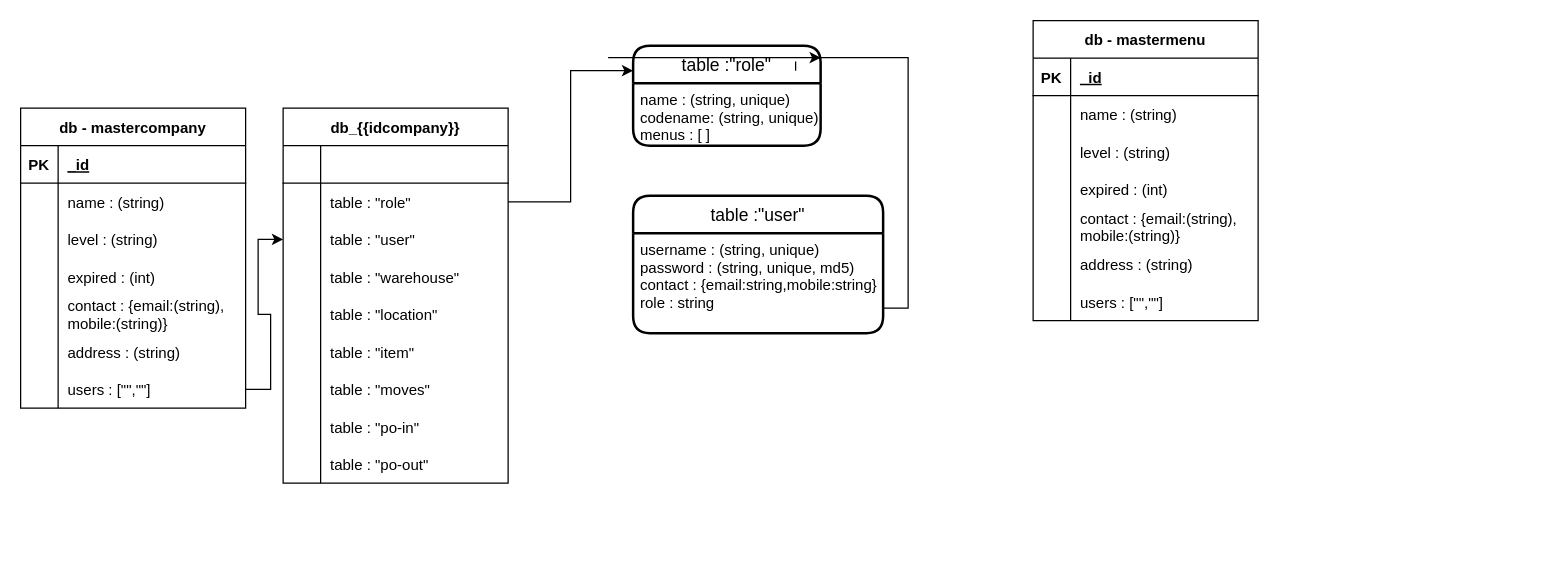
The draw.io diagram Untitled Diagram.drawio in salomo07/wmsserver, before the edit. Source tidied: cells renumbered, new cells numbered last; positions are measured from the earlier drawing's top-left corner, leaving out a move shared by most shapes. Both pictures are drawn from the tidied source at 125%, with x=0, y=0 at pixel (20, 20).
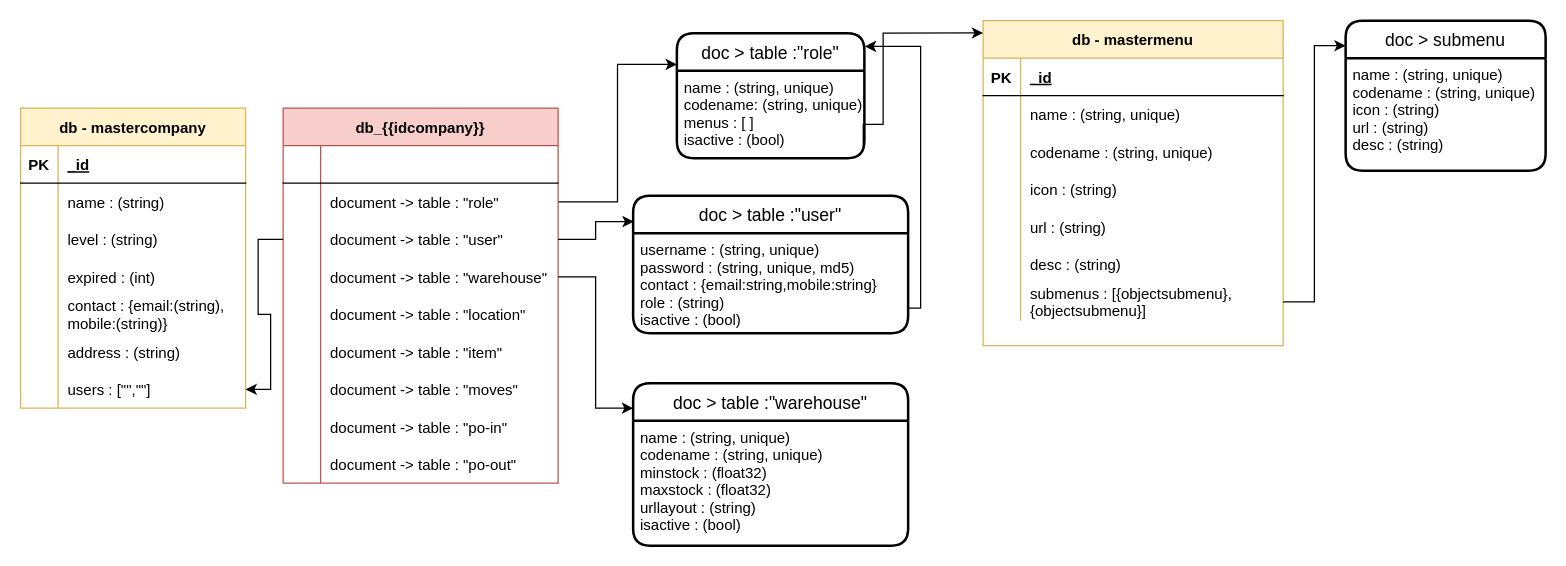
Above is the later version.

The change refers to these unchanged cells:
```xml
<mxCell id="21" style="shape=tableRow;horizontal=0;startSize=0;swimlaneHead=0;swimlaneBody=0;fillColor=none;points=[[0,0.5],[1,0.5]];portConstraint=eastwest;top=0;left=0;right=0;bottom=0;" parent="2" vertex="1">
  <mxGeometry y="210" width="180" height="30" as="geometry" />
</mxCell>
```

Change to the diagram source:
```diff
@@
-    <mxCell id="2" value="db - mastercompany" style="shape=table;startSize=30;childLayout=tableLayout;rowLines=0;fontStyle=1;align=center;" parent="1" vertex="1">
+    <mxCell id="2" value="db - mastercompany" style="shape=table;startSize=30;childLayout=tableLayout;rowLines=0;fontStyle=1;align=center;fillColor=#fff2cc;strokeColor=#d6b656;" parent="1" vertex="1">
       <mxGeometry y="70" width="180" height="240" as="geometry" />
     </mxCell>
@@
-    <mxCell id="25" value="db_{{idcompany}}" style="shape=table;startSize=30;childLayout=tableLayout;rowLines=0;fontStyle=1;align=center;" parent="1" vertex="1">
-      <mxGeometry x="210" y="70" width="180" height="300" as="geometry" />
+    <mxCell id="25" value="db_{{idcompany}}" style="shape=table;startSize=30;childLayout=tableLayout;rowLines=0;fontStyle=1;align=center;fillColor=#f8cecc;strokeColor=#b85450;" parent="1" vertex="1">
+      <mxGeometry x="210" y="70" width="220" height="300" as="geometry" />
     </mxCell>
     <mxCell id="26" style="shape=tableRow;horizontal=0;startSize=0;swimlaneHead=0;swimlaneBody=0;fillColor=none;top=0;left=0;right=0;bottom=1;" parent="25" vertex="1">
-      <mxGeometry y="30" width="180" height="30" as="geometry" />
+      <mxGeometry y="30" width="220" height="30" as="geometry" />
     </mxCell>
@@
     <mxCell id="28" style="shape=partialRectangle;fillColor=none;top=0;left=0;bottom=0;right=0;align=left;spacingLeft=6;fontStyle=5;overflow=hidden;" parent="26" vertex="1">
-      <mxGeometry x="30" width="150" height="30" as="geometry" />
+      <mxGeometry x="30" width="190" height="30" as="geometry" />
     </mxCell>
     <mxCell id="29" style="shape=tableRow;horizontal=0;startSize=0;swimlaneHead=0;swimlaneBody=0;fillColor=none;top=0;left=0;right=0;bottom=0;" parent="25" vertex="1">
-      <mxGeometry y="60" width="180" height="30" as="geometry" />
+      <mxGeometry y="60" width="220" height="30" as="geometry" />
     </mxCell>
@@
-    <mxCell id="31" value="table : &quot;role&quot;" style="shape=partialRectangle;fillColor=none;top=0;left=0;bottom=0;right=0;align=left;spacingLeft=6;overflow=hidden;" parent="29" vertex="1">
-      <mxGeometry x="30" width="150" height="30" as="geometry" />
+    <mxCell id="31" value="document -&gt; table : &quot;role&quot;" style="shape=partialRectangle;fillColor=none;top=0;left=0;bottom=0;right=0;align=left;spacingLeft=6;overflow=hidden;" parent="29" vertex="1">
+      <mxGeometry x="30" width="190" height="30" as="geometry" />
     </mxCell>
     <mxCell id="32" style="shape=tableRow;horizontal=0;startSize=0;swimlaneHead=0;swimlaneBody=0;fillColor=none;points=[[0,0.5],[1,0.5]];portConstraint=eastwest;top=0;left=0;right=0;bottom=0;" parent="25" vertex="1">
-      <mxGeometry y="90" width="180" height="30" as="geometry" />
+      <mxGeometry y="90" width="220" height="30" as="geometry" />
     </mxCell>
@@
-    <mxCell id="34" value="table : &quot;user&quot;" style="shape=partialRectangle;fillColor=none;top=0;left=0;bottom=0;right=0;align=left;spacingLeft=6;overflow=hidden;" parent="32" vertex="1">
-      <mxGeometry x="30" width="150" height="30" as="geometry" />
+    <mxCell id="34" value="document -&gt; table : &quot;user&quot;" style="shape=partialRectangle;fillColor=none;top=0;left=0;bottom=0;right=0;align=left;spacingLeft=6;overflow=hidden;" parent="32" vertex="1">
+      <mxGeometry x="30" width="190" height="30" as="geometry" />
     </mxCell>
     <mxCell id="35" style="shape=tableRow;horizontal=0;startSize=0;swimlaneHead=0;swimlaneBody=0;fillColor=none;points=[[0,0.5],[1,0.5]];portConstraint=eastwest;top=0;left=0;right=0;bottom=0;" parent="25" vertex="1">
-      <mxGeometry y="120" width="180" height="30" as="geometry" />
+      <mxGeometry y="120" width="220" height="30" as="geometry" />
     </mxCell>
@@
-    <mxCell id="37" value="table : &quot;warehouse&quot;" style="shape=partialRectangle;fillColor=none;top=0;left=0;bottom=0;right=0;align=left;spacingLeft=6;overflow=hidden;" parent="35" vertex="1">
-      <mxGeometry x="30" width="150" height="30" as="geometry" />
+    <mxCell id="37" value="document -&gt; table : &quot;warehouse&quot;" style="shape=partialRectangle;fillColor=none;top=0;left=0;bottom=0;right=0;align=left;spacingLeft=6;overflow=hidden;" parent="35" vertex="1">
+      <mxGeometry x="30" width="190" height="30" as="geometry" />
     </mxCell>
     <mxCell id="38" style="shape=tableRow;horizontal=0;startSize=0;swimlaneHead=0;swimlaneBody=0;fillColor=none;top=0;left=0;right=0;bottom=0;" parent="25" vertex="1">
-      <mxGeometry y="150" width="180" height="30" as="geometry" />
+      <mxGeometry y="150" width="220" height="30" as="geometry" />
     </mxCell>
@@
-    <mxCell id="40" value="table : &quot;location&quot;" style="shape=partialRectangle;fillColor=none;top=0;left=0;bottom=0;right=0;align=left;spacingLeft=6;overflow=hidden;" parent="38" vertex="1">
-      <mxGeometry x="30" width="150" height="30" as="geometry" />
+    <mxCell id="40" value="document -&gt; table : &quot;location&quot;" style="shape=partialRectangle;fillColor=none;top=0;left=0;bottom=0;right=0;align=left;spacingLeft=6;overflow=hidden;" parent="38" vertex="1">
+      <mxGeometry x="30" width="190" height="30" as="geometry" />
     </mxCell>
     <mxCell id="41" style="shape=tableRow;horizontal=0;startSize=0;swimlaneHead=0;swimlaneBody=0;fillColor=none;top=0;left=0;right=0;bottom=0;" parent="25" vertex="1">
-      <mxGeometry y="180" width="180" height="30" as="geometry" />
+      <mxGeometry y="180" width="220" height="30" as="geometry" />
     </mxCell>
@@
-    <mxCell id="43" value="table : &quot;item&quot;" style="shape=partialRectangle;fillColor=none;top=0;left=0;bottom=0;right=0;align=left;spacingLeft=6;overflow=hidden;" parent="41" vertex="1">
-      <mxGeometry x="30" width="150" height="30" as="geometry" />
+    <mxCell id="43" value="document -&gt; table : &quot;item&quot;" style="shape=partialRectangle;fillColor=none;top=0;left=0;bottom=0;right=0;align=left;spacingLeft=6;overflow=hidden;" parent="41" vertex="1">
+      <mxGeometry x="30" width="190" height="30" as="geometry" />
     </mxCell>
     <mxCell id="44" style="shape=tableRow;horizontal=0;startSize=0;swimlaneHead=0;swimlaneBody=0;fillColor=none;top=0;left=0;right=0;bottom=0;" parent="25" vertex="1">
-      <mxGeometry y="210" width="180" height="30" as="geometry" />
+      <mxGeometry y="210" width="220" height="30" as="geometry" />
     </mxCell>
@@
-    <mxCell id="46" value="table : &quot;moves&quot;" style="shape=partialRectangle;fillColor=none;top=0;left=0;bottom=0;right=0;align=left;spacingLeft=6;overflow=hidden;" parent="44" vertex="1">
-      <mxGeometry x="30" width="150" height="30" as="geometry" />
+    <mxCell id="46" value="document -&gt; table : &quot;moves&quot;" style="shape=partialRectangle;fillColor=none;top=0;left=0;bottom=0;right=0;align=left;spacingLeft=6;overflow=hidden;" parent="44" vertex="1">
+      <mxGeometry x="30" width="190" height="30" as="geometry" />
     </mxCell>
     <mxCell id="47" style="shape=tableRow;horizontal=0;startSize=0;swimlaneHead=0;swimlaneBody=0;fillColor=none;top=0;left=0;right=0;bottom=0;" parent="25" vertex="1">
-      <mxGeometry y="240" width="180" height="30" as="geometry" />
+      <mxGeometry y="240" width="220" height="30" as="geometry" />
     </mxCell>
@@
-    <mxCell id="49" value="table : &quot;po-in&quot;" style="shape=partialRectangle;fillColor=none;top=0;left=0;bottom=0;right=0;align=left;spacingLeft=6;overflow=hidden;" parent="47" vertex="1">
-      <mxGeometry x="30" width="150" height="30" as="geometry" />
+    <mxCell id="49" value="document -&gt; table : &quot;po-in&quot;" style="shape=partialRectangle;fillColor=none;top=0;left=0;bottom=0;right=0;align=left;spacingLeft=6;overflow=hidden;" parent="47" vertex="1">
+      <mxGeometry x="30" width="190" height="30" as="geometry" />
     </mxCell>
     <mxCell id="50" style="shape=tableRow;horizontal=0;startSize=0;swimlaneHead=0;swimlaneBody=0;fillColor=none;top=0;left=0;right=0;bottom=0;" parent="25" vertex="1">
-      <mxGeometry y="270" width="180" height="30" as="geometry" />
+      <mxGeometry y="270" width="220" height="30" as="geometry" />
     </mxCell>
@@
-    <mxCell id="52" value="table : &quot;po-out&quot;" style="shape=partialRectangle;fillColor=none;top=0;left=0;bottom=0;right=0;align=left;spacingLeft=6;overflow=hidden;" parent="50" vertex="1">
-      <mxGeometry x="30" width="150" height="30" as="geometry" />
+    <mxCell id="52" value="document -&gt; table : &quot;po-out&quot;" style="shape=partialRectangle;fillColor=none;top=0;left=0;bottom=0;right=0;align=left;spacingLeft=6;overflow=hidden;" parent="50" vertex="1">
+      <mxGeometry x="30" width="190" height="30" as="geometry" />
     </mxCell>
-    <mxCell id="53" style="edgeStyle=orthogonalEdgeStyle;rounded=0;jettySize=auto;html=1;" parent="1" edge="1" source="21" target="32">
-      <mxGeometry relative="1" as="geometry" />
-    </mxCell>
-    <mxCell id="54" value="table :&quot;user&quot;" style="swimlane;horizontal=1;startSize=30;rounded=1;fontSize=14;fontStyle=0;strokeWidth=2;shadow=0;dashed=0;align=center;" parent="1" vertex="1">
-      <mxGeometry x="490" y="140" width="200" height="110" as="geometry" />
+    <mxCell id="54" value="doc &gt; table :&quot;user&quot;" style="swimlane;horizontal=1;startSize=30;rounded=1;fontSize=14;fontStyle=0;strokeWidth=2;shadow=0;dashed=0;align=center;" parent="1" vertex="1">
+      <mxGeometry x="490" y="140" width="220" height="110" as="geometry" />
     </mxCell>
-    <mxCell id="55" value="username : (string, unique)&#10;password : (string, unique, md5)&#10;contact : {email:string,mobile:string}&#10;role : string" style="align=left;strokeColor=none;fillColor=none;spacingLeft=4;fontSize=12;verticalAlign=top;" parent="54" vertex="1">
-      <mxGeometry y="30" width="200" height="80" as="geometry" />
+    <mxCell id="55" value="username : (string, unique)&#10;password : (string, unique, md5)&#10;contact : {email:string,mobile:string}&#10;role : (string)&#10;isactive : (bool)&#10;" style="align=left;strokeColor=none;fillColor=none;spacingLeft=4;fontSize=12;verticalAlign=top;" parent="54" vertex="1">
+      <mxGeometry y="30" width="220" height="80" as="geometry" />
     </mxCell>
-    <mxCell id="56" value="db - mastermenu" style="shape=table;startSize=30;childLayout=tableLayout;rowLines=0;fontStyle=1;align=center;" parent="1" vertex="1">
-      <mxGeometry x="810" width="180" height="240" as="geometry" />
+    <mxCell id="56" value="db - mastermenu" style="shape=table;startSize=30;childLayout=tableLayout;rowLines=0;fontStyle=1;align=center;fillColor=#fff2cc;strokeColor=#d6b656;" parent="1" vertex="1">
+      <mxGeometry x="770" width="240" height="260" as="geometry" />
     </mxCell>
     <mxCell id="57" style="shape=tableRow;horizontal=0;startSize=0;swimlaneHead=0;swimlaneBody=0;fillColor=none;top=0;left=0;right=0;bottom=1;" parent="56" vertex="1">
-      <mxGeometry y="30" width="180" height="30" as="geometry" />
+      <mxGeometry y="30" width="240" height="30" as="geometry" />
     </mxCell>
@@
     <mxCell id="59" value="_id" style="shape=partialRectangle;fillColor=none;top=0;left=0;bottom=0;right=0;align=left;spacingLeft=6;fontStyle=5;overflow=hidden;" parent="57" vertex="1">
-      <mxGeometry x="30" width="150" height="30" as="geometry" />
+      <mxGeometry x="30" width="210" height="30" as="geometry" />
     </mxCell>
     <mxCell id="60" style="shape=tableRow;horizontal=0;startSize=0;swimlaneHead=0;swimlaneBody=0;fillColor=none;top=0;left=0;right=0;bottom=0;" parent="56" vertex="1">
-      <mxGeometry y="60" width="180" height="30" as="geometry" />
+      <mxGeometry y="60" width="240" height="30" as="geometry" />
     </mxCell>
@@
-    <mxCell id="62" value="name : (string)" style="shape=partialRectangle;fillColor=none;top=0;left=0;bottom=0;right=0;align=left;spacingLeft=6;overflow=hidden;" parent="60" vertex="1">
-      <mxGeometry x="30" width="150" height="30" as="geometry" />
+    <mxCell id="62" value="name : (string, unique)" style="shape=partialRectangle;fillColor=none;top=0;left=0;bottom=0;right=0;align=left;spacingLeft=6;overflow=hidden;" parent="60" vertex="1">
+      <mxGeometry x="30" width="210" height="30" as="geometry" />
     </mxCell>
     <mxCell id="63" style="shape=tableRow;horizontal=0;startSize=0;swimlaneHead=0;swimlaneBody=0;fillColor=none;top=0;left=0;right=0;bottom=0;" parent="56" vertex="1">
-      <mxGeometry y="90" width="180" height="30" as="geometry" />
+      <mxGeometry y="90" width="240" height="30" as="geometry" />
     </mxCell>
@@
-    <mxCell id="65" value="level : (string)" style="shape=partialRectangle;fillColor=none;top=0;left=0;bottom=0;right=0;align=left;spacingLeft=6;overflow=hidden;" parent="63" vertex="1">
-      <mxGeometry x="30" width="150" height="30" as="geometry" />
+    <mxCell id="65" value="codename : (string, unique)" style="shape=partialRectangle;fillColor=none;top=0;left=0;bottom=0;right=0;align=left;spacingLeft=6;overflow=hidden;" parent="63" vertex="1">
+      <mxGeometry x="30" width="210" height="30" as="geometry" />
     </mxCell>
     <mxCell id="66" style="shape=tableRow;horizontal=0;startSize=0;swimlaneHead=0;swimlaneBody=0;fillColor=none;top=0;left=0;right=0;bottom=0;" parent="56" vertex="1">
-      <mxGeometry y="120" width="180" height="30" as="geometry" />
+      <mxGeometry y="120" width="240" height="30" as="geometry" />
     </mxCell>
@@
-    <mxCell id="68" value="expired : (int)" style="shape=partialRectangle;fillColor=none;top=0;left=0;bottom=0;right=0;align=left;spacingLeft=6;overflow=hidden;" parent="66" vertex="1">
-      <mxGeometry x="30" width="150" height="30" as="geometry" />
+    <mxCell id="68" value="icon : (string)" style="shape=partialRectangle;fillColor=none;top=0;left=0;bottom=0;right=0;align=left;spacingLeft=6;overflow=hidden;" parent="66" vertex="1">
+      <mxGeometry x="30" width="210" height="30" as="geometry" />
     </mxCell>
     <mxCell id="69" style="shape=tableRow;horizontal=0;startSize=0;swimlaneHead=0;swimlaneBody=0;fillColor=none;top=0;left=0;right=0;bottom=0;" parent="56" vertex="1">
-      <mxGeometry y="150" width="180" height="30" as="geometry" />
+      <mxGeometry y="150" width="240" height="30" as="geometry" />
     </mxCell>
@@
-    <mxCell id="71" value="contact : {email:(string),&#10;mobile:(string)}" style="shape=partialRectangle;fillColor=none;top=0;left=0;bottom=0;right=0;align=left;spacingLeft=6;overflow=hidden;" parent="69" vertex="1">
-      <mxGeometry x="30" width="150" height="30" as="geometry" />
+    <mxCell id="71" value="url : (string)" style="shape=partialRectangle;fillColor=none;top=0;left=0;bottom=0;right=0;align=left;spacingLeft=6;overflow=hidden;" parent="69" vertex="1">
+      <mxGeometry x="30" width="210" height="30" as="geometry" />
     </mxCell>
     <mxCell id="72" style="shape=tableRow;horizontal=0;startSize=0;swimlaneHead=0;swimlaneBody=0;fillColor=none;top=0;left=0;right=0;bottom=0;" parent="56" vertex="1">
-      <mxGeometry y="180" width="180" height="30" as="geometry" />
+      <mxGeometry y="180" width="240" height="30" as="geometry" />
     </mxCell>
@@
-    <mxCell id="74" value="address : (string)" style="shape=partialRectangle;fillColor=none;top=0;left=0;bottom=0;right=0;align=left;spacingLeft=6;overflow=hidden;" parent="72" vertex="1">
-      <mxGeometry x="30" width="150" height="30" as="geometry" />
+    <mxCell id="74" value="desc : (string)" style="shape=partialRectangle;fillColor=none;top=0;left=0;bottom=0;right=0;align=left;spacingLeft=6;overflow=hidden;" parent="72" vertex="1">
+      <mxGeometry x="30" width="210" height="30" as="geometry" />
     </mxCell>
     <mxCell id="75" style="shape=tableRow;horizontal=0;startSize=0;swimlaneHead=0;swimlaneBody=0;fillColor=none;points=[[0,0.5],[1,0.5]];portConstraint=eastwest;top=0;left=0;right=0;bottom=0;" parent="56" vertex="1">
-      <mxGeometry y="210" width="180" height="30" as="geometry" />
+      <mxGeometry y="210" width="240" height="30" as="geometry" />
     </mxCell>
@@
-    <mxCell id="77" value="users : [&quot;&quot;,&quot;&quot;]" style="shape=partialRectangle;fillColor=none;top=0;left=0;bottom=0;right=0;align=left;spacingLeft=6;overflow=hidden;" parent="75" vertex="1">
-      <mxGeometry x="30" width="150" height="30" as="geometry" />
+    <mxCell id="77" value="submenus : [{objectsubmenu},&#10;{objectsubmenu}]" style="shape=partialRectangle;fillColor=none;top=0;left=0;bottom=0;right=0;align=left;spacingLeft=6;overflow=hidden;" parent="75" vertex="1">
+      <mxGeometry x="30" width="210" height="30" as="geometry" />
     </mxCell>
-    <mxCell id="78" value="table :&quot;role&quot;" style="swimlane;horizontal=1;startSize=30;rounded=1;fontSize=14;fontStyle=0;strokeWidth=2;shadow=0;dashed=0;align=center;" parent="1" vertex="1">
-      <mxGeometry x="490" y="20" width="150" height="80" as="geometry" />
+    <mxCell id="78" value="doc &gt; table :&quot;role&quot;" style="swimlane;horizontal=1;startSize=30;rounded=1;fontSize=14;fontStyle=0;strokeWidth=2;shadow=0;dashed=0;align=center;" parent="1" vertex="1">
+      <mxGeometry x="525" y="10" width="150" height="100" as="geometry" />
     </mxCell>
-    <mxCell id="79" value="name : (string, unique)&#10;codename: (string, unique)&#10;menus : [ ]" style="align=left;strokeColor=none;fillColor=none;spacingLeft=4;fontSize=12;verticalAlign=top;" parent="78" vertex="1">
-      <mxGeometry y="30" width="150" height="50" as="geometry" />
+    <mxCell id="79" value="name : (string, unique)&#10;codename: (string, unique)&#10;menus : [ ]&#10;isactive : (bool)&#10;" style="align=left;strokeColor=none;fillColor=none;spacingLeft=4;fontSize=12;verticalAlign=top;" parent="78" vertex="1">
+      <mxGeometry y="30" width="150" height="70" as="geometry" />
     </mxCell>
-    <mxCell id="80" style="edgeStyle=orthogonalEdgeStyle;rounded=0;jettySize=auto;html=1;endArrow=none;" parent="1" edge="1" target="78">
-      <mxGeometry relative="1" as="geometry">
-        <mxPoint x="620" y="40" as="sourcePoint" />
-        <Array as="points">
-          <mxPoint x="570" y="40" />
-          <mxPoint x="440" y="40" />
-        </Array>
-      </mxGeometry>
-    </mxCell>
-    <mxCell id="81" style="edgeStyle=orthogonalEdgeStyle;rounded=0;jettySize=auto;html=1;exitX=1;exitY=0.75;exitDx=0;exitDy=0;entryX=1.001;entryY=0.12;entryDx=0;entryDy=0;entryPerimeter=0;" parent="1" edge="1" source="55" target="78">
-      <mxGeometry relative="1" as="geometry" />
+    <mxCell id="81" style="edgeStyle=orthogonalEdgeStyle;rounded=0;jettySize=auto;html=1;exitX=1;exitY=0.75;exitDx=0;exitDy=0;entryX=1.003;entryY=0.106;entryDx=0;entryDy=0;entryPerimeter=0;" parent="1" edge="1" source="55" target="78">
+      <mxGeometry relative="1" as="geometry">
+        <Array as="points">
+          <mxPoint x="720" y="230" />
+          <mxPoint x="720" y="21" />
+        </Array>
+      </mxGeometry>
     </mxCell>
+    <mxCell id="82" style="edgeStyle=orthogonalEdgeStyle;rounded=0;jettySize=auto;html=1;exitX=0.994;exitY=0.865;exitDx=0;exitDy=0;exitPerimeter=0;entryX=0;entryY=0.038;entryDx=0;entryDy=0;entryPerimeter=0;" parent="1" edge="1" source="79" target="56">
+      <mxGeometry relative="1" as="geometry">
+        <Array as="points">
+          <mxPoint x="690" y="83" />
+          <mxPoint x="690" y="10" />
+        </Array>
+      </mxGeometry>
+    </mxCell>
+    <mxCell id="83" style="edgeStyle=orthogonalEdgeStyle;rounded=0;jettySize=auto;html=1;exitX=0;exitY=0.5;exitDx=0;exitDy=0;" parent="1" edge="1" source="32" target="21">
+      <mxGeometry relative="1" as="geometry" />
+    </mxCell>
+    <mxCell id="84" value="doc &gt; submenu" style="swimlane;horizontal=1;startSize=30;rounded=1;fontSize=14;fontStyle=0;strokeWidth=2;shadow=0;dashed=0;align=center;" parent="1" vertex="1">
+      <mxGeometry x="1060" width="160" height="120" as="geometry" />
+    </mxCell>
+    <mxCell id="85" value="name : (string, unique)&#10;codename : (string, unique)&#10;icon : (string)&#10;url : (string)&#10;desc : (string)" style="align=left;strokeColor=none;fillColor=none;spacingLeft=4;fontSize=12;verticalAlign=top;" parent="84" vertex="1">
+      <mxGeometry y="30" width="160" height="90" as="geometry" />
+    </mxCell>
+    <mxCell id="86" style="edgeStyle=orthogonalEdgeStyle;rounded=0;jettySize=auto;html=1;exitX=1;exitY=0.5;exitDx=0;exitDy=0;entryX=0;entryY=0.167;entryDx=0;entryDy=0;entryPerimeter=0;" parent="1" edge="1" source="75" target="84">
+      <mxGeometry relative="1" as="geometry" />
+    </mxCell>
+    <mxCell id="87" style="edgeStyle=orthogonalEdgeStyle;rounded=0;jettySize=auto;html=1;exitX=1;exitY=0.5;exitDx=0;exitDy=0;entryX=0.002;entryY=0.189;entryDx=0;entryDy=0;entryPerimeter=0;" parent="1" edge="1" source="32" target="54">
+      <mxGeometry relative="1" as="geometry">
+        <Array as="points">
+          <mxPoint x="460" y="175" />
+          <mxPoint x="460" y="160" />
+          <mxPoint x="490" y="160" />
+        </Array>
+      </mxGeometry>
+    </mxCell>
+    <mxCell id="88" value="doc &gt; table :&quot;warehouse&quot;" style="swimlane;horizontal=1;startSize=30;rounded=1;fontSize=14;fontStyle=0;strokeWidth=2;shadow=0;dashed=0;align=center;" parent="1" vertex="1">
+      <mxGeometry x="490" y="290" width="220" height="130" as="geometry" />
+    </mxCell>
+    <mxCell id="89" value="name : (string, unique)&#10;codename : (string, unique)&#10;minstock : (float32)&#10;maxstock : (float32)&#10;urllayout : (string)&#10;isactive : (bool)" style="align=left;strokeColor=none;fillColor=none;spacingLeft=4;fontSize=12;verticalAlign=top;" parent="88" vertex="1">
+      <mxGeometry y="30" width="220" height="100" as="geometry" />
+    </mxCell>
+    <mxCell id="90" style="edgeStyle=orthogonalEdgeStyle;rounded=0;jettySize=auto;html=1;exitX=1;exitY=0.5;exitDx=0;exitDy=0;entryX=0;entryY=0.154;entryDx=0;entryDy=0;entryPerimeter=0;" parent="1" edge="1" source="35" target="88">
+      <mxGeometry relative="1" as="geometry" />
+    </mxCell>
```
